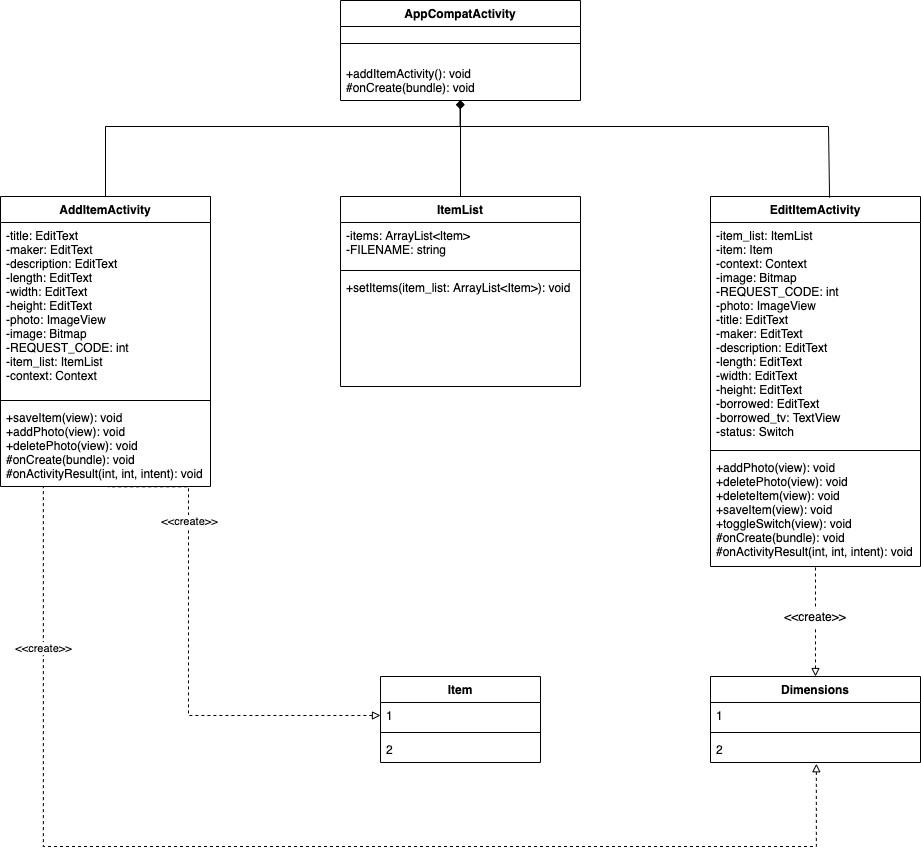
Earlier version of the draw.io export Class Diagrams/ApplicationBorrowedTemplateClassDiagram.png (smitbmx/Architecture-Diagrams). Source tidied: cells renumbered, new cells last; positions are measured from the earlier drawing's top-left corner, leaving out a move shared by most shapes.
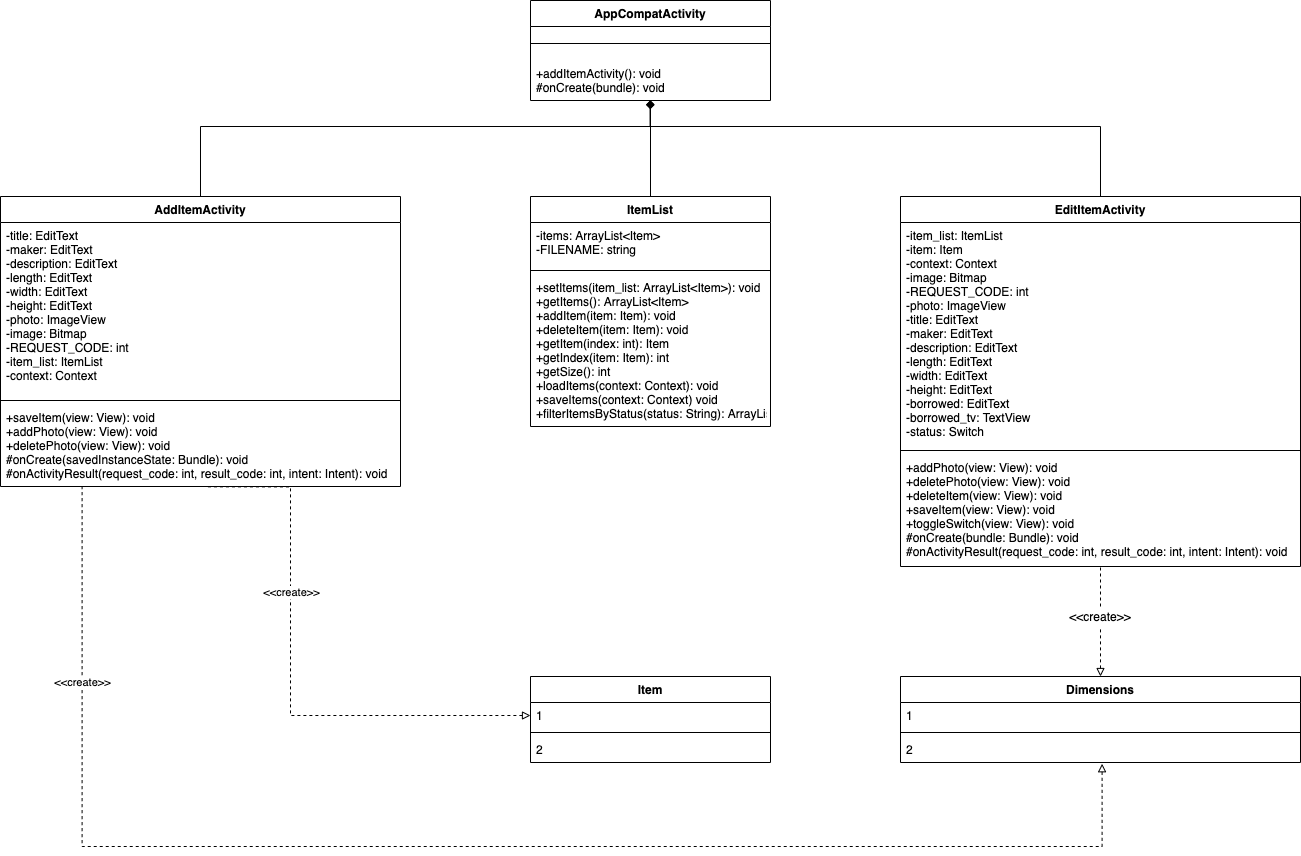
The same file after the commit.

The edit, as a diff of the source:
```diff
@@ -12,7 +12,7 @@
       <mxGeometry y="60" width="240" height="40" as="geometry" />
     </mxCell>
     <mxCell id="5" value="ItemList" style="swimlane;fontStyle=1;align=center;verticalAlign=top;horizontal=1;startSize=26;" parent="1" vertex="1">
-      <mxGeometry x="340" y="196" width="240" height="190" as="geometry" />
+      <mxGeometry x="340" y="196" width="240" height="230" as="geometry" />
     </mxCell>
     <mxCell id="6" value="-items: ArrayList&lt;Item&gt;&#10;-FILENAME: string" style="text;strokeColor=none;fillColor=none;align=left;verticalAlign=top;spacingLeft=4;spacingRight=4;overflow=hidden;" parent="5" vertex="1">
       <mxGeometry y="26" width="240" height="44" as="geometry" />
@@ -20,56 +20,56 @@
     <mxCell id="7" style="line;strokeWidth=1;fillColor=none;align=left;verticalAlign=middle;spacingTop=-1;spacingLeft=3;spacingRight=3;labelPosition=right;" parent="5" vertex="1">
       <mxGeometry y="70" width="240" height="8" as="geometry" />
     </mxCell>
-    <mxCell id="8" value="+setItems(item_list: ArrayList&lt;Item&gt;): void" style="text;strokeColor=none;fillColor=none;align=left;verticalAlign=top;spacingLeft=4;spacingRight=4;overflow=hidden;" parent="5" vertex="1">
-      <mxGeometry y="78" width="240" height="112" as="geometry" />
+    <mxCell id="8" value="+setItems(item_list: ArrayList&lt;Item&gt;): void&#10;+getItems(): ArrayList&lt;Item&gt;&#10;+addItem(item: Item): void&#10;+deleteItem(item: Item): void&#10;+getItem(index: int): Item&#10;+getIndex(item: Item): int&#10;+getSize(): int&#10;+loadItems(context: Context): void&#10;+saveItems(context: Context) void&#10;+filterItemsByStatus(status: String): ArrayList&lt;Item&gt; " style="text;strokeColor=none;fillColor=none;align=left;verticalAlign=top;spacingLeft=4;spacingRight=4;overflow=hidden;" parent="5" vertex="1">
+      <mxGeometry y="78" width="240" height="152" as="geometry" />
     </mxCell>
     <mxCell id="9" value="AddItemActivity" style="swimlane;fontStyle=1;align=center;verticalAlign=top;horizontal=1;startSize=26;" parent="1" vertex="1">
-      <mxGeometry y="196" width="210" height="290" as="geometry" />
+      <mxGeometry x="-190" y="196" width="400" height="290" as="geometry" />
     </mxCell>
     <mxCell id="10" value="-title: EditText&#10;-maker: EditText&#10;-description: EditText&#10;-length: EditText&#10;-width: EditText&#10;-height: EditText&#10;-photo: ImageView&#10;-image: Bitmap&#10;-REQUEST_CODE: int&#10;-item_list: ItemList&#10;-context: Context" style="text;strokeColor=none;fillColor=none;align=left;verticalAlign=top;spacingLeft=4;spacingRight=4;overflow=hidden;" parent="9" vertex="1">
-      <mxGeometry y="26" width="210" height="174" as="geometry" />
+      <mxGeometry y="26" width="400" height="174" as="geometry" />
     </mxCell>
     <mxCell id="11" style="line;strokeWidth=1;fillColor=none;align=left;verticalAlign=middle;spacingTop=-1;spacingLeft=3;spacingRight=3;labelPosition=right;" parent="9" vertex="1">
-      <mxGeometry y="200" width="210" height="8" as="geometry" />
+      <mxGeometry y="200" width="400" height="8" as="geometry" />
     </mxCell>
-    <mxCell id="12" value="+saveItem(view): void&#10;+addPhoto(view): void&#10;+deletePhoto(view): void&#10;#onCreate(bundle): void&#10;#onActivityResult(int, int, intent): void" style="text;strokeColor=none;fillColor=none;align=left;verticalAlign=top;spacingLeft=4;spacingRight=4;overflow=hidden;points=[[0,0.5],[1,0.5]];portConstraint=eastwest;" parent="9" vertex="1">
-      <mxGeometry y="208" width="210" height="82" as="geometry" />
+    <mxCell id="12" value="+saveItem(view: View): void&#10;+addPhoto(view: View): void&#10;+deletePhoto(view: View): void&#10;#onCreate(savedInstanceState: Bundle): void&#10;#onActivityResult(request_code: int, result_code: int, intent: Intent): void" style="text;strokeColor=none;fillColor=none;align=left;verticalAlign=top;spacingLeft=4;spacingRight=4;overflow=hidden;points=[[0,0.5],[1,0.5]];portConstraint=eastwest;" parent="9" vertex="1">
+      <mxGeometry y="208" width="400" height="82" as="geometry" />
     </mxCell>
     <mxCell id="13" value="EditItemActivity" style="swimlane;fontStyle=1;align=center;verticalAlign=top;horizontal=1;startSize=26;" parent="1" vertex="1">
-      <mxGeometry x="710" y="196" width="210" height="370" as="geometry" />
+      <mxGeometry x="710" y="196" width="400" height="370" as="geometry" />
     </mxCell>
     <mxCell id="14" value="-item_list: ItemList&#10;-item: Item&#10;-context: Context&#10;-image: Bitmap&#10;-REQUEST_CODE: int&#10;-photo: ImageView&#10;-title: EditText&#10;-maker: EditText&#10;-description: EditText&#10;-length: EditText&#10;-width: EditText&#10;-height: EditText&#10;-borrowed: EditText&#10;-borrowed_tv: TextView&#10;-status: Switch" style="text;strokeColor=none;fillColor=none;align=left;verticalAlign=top;spacingLeft=4;spacingRight=4;overflow=hidden;" parent="13" vertex="1">
-      <mxGeometry y="26" width="210" height="224" as="geometry" />
+      <mxGeometry y="26" width="400" height="224" as="geometry" />
     </mxCell>
     <mxCell id="15" style="line;strokeWidth=1;fillColor=none;align=left;verticalAlign=middle;spacingTop=-1;spacingLeft=3;spacingRight=3;labelPosition=right;" parent="13" vertex="1">
-      <mxGeometry y="250" width="210" height="8" as="geometry" />
+      <mxGeometry y="250" width="400" height="8" as="geometry" />
     </mxCell>
-    <mxCell id="16" value="+addPhoto(view): void&#10;+deletePhoto(view): void&#10;+deleteItem(view): void&#10;+saveItem(view): void&#10;+toggleSwitch(view): void&#10;#onCreate(bundle): void&#10;#onActivityResult(int, int, intent): void" style="text;strokeColor=none;fillColor=none;align=left;verticalAlign=top;spacingLeft=4;spacingRight=4;overflow=hidden;" parent="13" vertex="1">
-      <mxGeometry y="258" width="210" height="112" as="geometry" />
+    <mxCell id="16" value="+addPhoto(view: View): void&#10;+deletePhoto(view: View): void&#10;+deleteItem(view: View): void&#10;+saveItem(view: View): void&#10;+toggleSwitch(view: View): void&#10;#onCreate(bundle: Bundle): void&#10;#onActivityResult(request_code: int, result_code: int, intent: Intent): void" style="text;strokeColor=none;fillColor=none;align=left;verticalAlign=top;spacingLeft=4;spacingRight=4;overflow=hidden;" parent="13" vertex="1">
+      <mxGeometry y="258" width="400" height="112" as="geometry" />
     </mxCell>
     <mxCell id="17" value="Item" style="swimlane;fontStyle=1;align=center;verticalAlign=top;horizontal=1;startSize=26;" parent="1" vertex="1">
-      <mxGeometry x="380" y="676" width="160" height="86" as="geometry" />
+      <mxGeometry x="340" y="676" width="240" height="86" as="geometry" />
     </mxCell>
     <mxCell id="18" value="1" style="text;strokeColor=none;fillColor=none;align=left;verticalAlign=top;spacingLeft=4;spacingRight=4;overflow=hidden;points=[[0,0.5],[1,0.5]];portConstraint=eastwest;" parent="17" vertex="1">
-      <mxGeometry y="26" width="160" height="26" as="geometry" />
+      <mxGeometry y="26" width="240" height="26" as="geometry" />
     </mxCell>
     <mxCell id="19" style="line;strokeWidth=1;fillColor=none;align=left;verticalAlign=middle;spacingTop=-1;spacingLeft=3;spacingRight=3;labelPosition=right;" parent="17" vertex="1">
-      <mxGeometry y="52" width="160" height="8" as="geometry" />
+      <mxGeometry y="52" width="240" height="8" as="geometry" />
     </mxCell>
     <mxCell id="20" value="2" style="text;strokeColor=none;fillColor=none;align=left;verticalAlign=top;spacingLeft=4;spacingRight=4;overflow=hidden;" parent="17" vertex="1">
-      <mxGeometry y="60" width="160" height="26" as="geometry" />
+      <mxGeometry y="60" width="240" height="26" as="geometry" />
     </mxCell>
     <mxCell id="21" value="Dimensions" style="swimlane;fontStyle=1;align=center;verticalAlign=top;horizontal=1;startSize=26;" parent="1" vertex="1">
-      <mxGeometry x="710" y="676" width="210" height="86" as="geometry" />
+      <mxGeometry x="710" y="676" width="400" height="86" as="geometry" />
     </mxCell>
     <mxCell id="22" value="1" style="text;strokeColor=none;fillColor=none;align=left;verticalAlign=top;spacingLeft=4;spacingRight=4;overflow=hidden;" parent="21" vertex="1">
-      <mxGeometry y="26" width="210" height="26" as="geometry" />
+      <mxGeometry y="26" width="400" height="26" as="geometry" />
     </mxCell>
     <mxCell id="23" style="line;strokeWidth=1;fillColor=none;align=left;verticalAlign=middle;spacingTop=-1;spacingLeft=3;spacingRight=3;labelPosition=right;" parent="21" vertex="1">
-      <mxGeometry y="52" width="210" height="8" as="geometry" />
+      <mxGeometry y="52" width="400" height="8" as="geometry" />
     </mxCell>
     <mxCell id="24" value="2" style="text;strokeColor=none;fillColor=none;align=left;verticalAlign=top;spacingLeft=4;spacingRight=4;overflow=hidden;points=[[0,0.5],[1,0.5]];portConstraint=eastwest;" parent="21" vertex="1">
-      <mxGeometry y="60" width="210" height="26" as="geometry" />
+      <mxGeometry y="60" width="400" height="26" as="geometry" />
     </mxCell>
     <mxCell id="25" style="endArrow=diamond;html=1;exitX=0.5;exitY=0;exitDx=0;exitDy=0;endFill=1;" parent="1" edge="1" source="5" target="4">
       <mxGeometry relative="1" as="geometry" />
@@ -77,16 +77,15 @@
     <mxCell id="26" style="endArrow=diamond;html=1;entryX=0.498;entryY=1.001;entryDx=0;entryDy=0;entryPerimeter=0;exitX=0.5;exitY=0;exitDx=0;exitDy=0;edgeStyle=orthogonalEdgeStyle;rounded=0;endFill=1;" parent="1" edge="1" source="9" target="4">
       <mxGeometry relative="1" as="geometry">
         <Array as="points">
-          <mxPoint x="105" y="126" />
+          <mxPoint x="10" y="126" />
           <mxPoint x="460" y="126" />
         </Array>
       </mxGeometry>
     </mxCell>
-    <mxCell id="27" style="endArrow=diamond;html=1;exitX=0.567;exitY=0.003;exitDx=0;exitDy=0;exitPerimeter=0;edgeStyle=orthogonalEdgeStyle;rounded=0;endFill=1;" parent="1" edge="1" source="13" target="4">
+    <mxCell id="27" style="endArrow=diamond;html=1;edgeStyle=orthogonalEdgeStyle;rounded=0;endFill=1;exitX=0.5;exitY=0;exitDx=0;exitDy=0;" parent="1" edge="1" source="13" target="4">
       <mxGeometry relative="1" as="geometry">
         <Array as="points">
-          <mxPoint x="828" y="197" />
-          <mxPoint x="828" y="126" />
+          <mxPoint x="910" y="126" />
           <mxPoint x="460" y="126" />
         </Array>
       </mxGeometry>
@@ -106,7 +105,7 @@
       <mxGeometry relative="1" as="geometry" />
     </mxCell>
     <mxCell id="31" value="&amp;lt;&amp;lt;create&amp;gt;&amp;gt;" style="text;html=1;strokeColor=none;fillColor=none;align=center;verticalAlign=middle;whiteSpace=wrap;rounded=0;" parent="1" vertex="1">
-      <mxGeometry x="780" y="606" width="70" height="20" as="geometry" />
+      <mxGeometry x="875" y="606" width="70" height="20" as="geometry" />
     </mxCell>
     <mxCell id="32" style="endArrow=none;dashed=1;html=1;entryX=0.5;entryY=1;entryDx=0;entryDy=0;exitX=0.5;exitY=0;exitDx=0;exitDy=0;startArrow=block;startFill=0;" parent="1" edge="1" source="21" target="31">
       <mxGeometry relative="1" as="geometry" />
@@ -114,12 +113,15 @@
     <mxCell id="33" style="endArrow=none;dashed=1;html=1;exitX=0;exitY=0.5;exitDx=0;exitDy=0;edgeStyle=orthogonalEdgeStyle;rounded=0;startArrow=block;startFill=0;entryX=0.513;entryY=1.004;entryDx=0;entryDy=0;entryPerimeter=0;" parent="1" edge="1" source="18" target="12">
       <mxGeometry relative="1" as="geometry">
         <Array as="points">
-          <mxPoint x="188" y="715" />
+          <mxPoint x="100" y="715" />
+          <mxPoint x="100" y="486" />
         </Array>
       </mxGeometry>
     </mxCell>
     <mxCell id="34" value="&amp;lt;&amp;lt;create&amp;gt;&amp;gt;" style="edgeLabel;html=1;align=center;verticalAlign=middle;" parent="33" vertex="1">
-      <mxGeometry x="0.54" relative="1" as="geometry" />
+      <mxGeometry x="0.54" relative="1" as="geometry">
+        <mxPoint y="64" as="offset" />
+      </mxGeometry>
     </mxCell>
   </root>
 </mxGraphModel>
```
